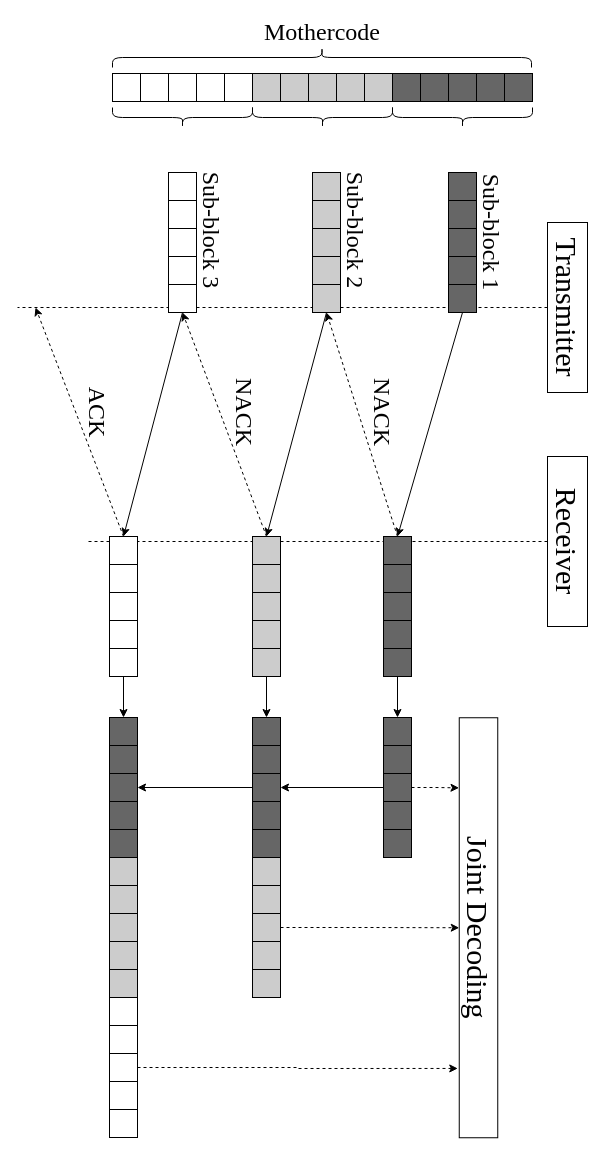
The draw.io diagram 未命名绘图.drawio in Phagesama/PDFGPPCfigure, before the edit. Source tidied: cells renumbered, new cells numbered last; positions are measured from the earlier drawing's top-left corner, leaving out a move shared by most shapes. Both pictures are drawn from the tidied source at 100%, with x=0, y=0 at pixel (35, -152).
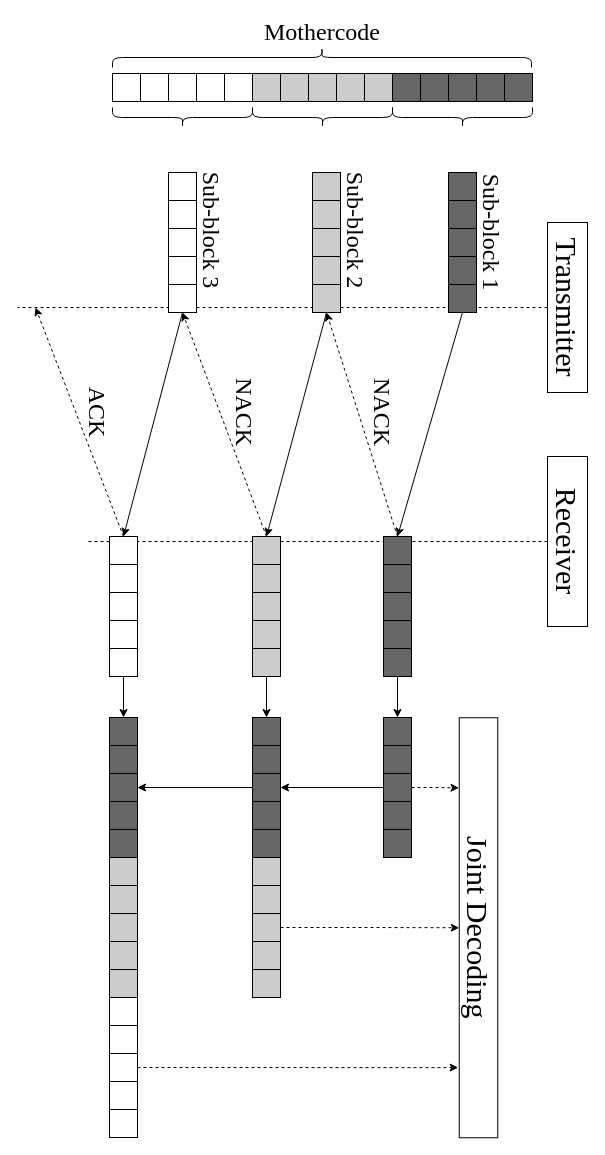
The same diagram, later.

Commit message (it also covers changes not shown here):
更新未命名绘图.drawio

The change refers to these unchanged cells:
```xml
<mxCell id="152" style="whiteSpace=wrap;html=1;fillStyle=dashed;fillColor=default;rotation=90;" parent="149" vertex="1">
  <mxGeometry x="56" width="28" height="28" as="geometry" />
</mxCell>
<mxCell id="230" value="&lt;font style=&quot;font-size: 30px;&quot; face=&quot;Times New Roman&quot;&gt;Joint Decoding&lt;/font&gt;" style="rounded=0;whiteSpace=wrap;html=1;rotation=90;" parent="1" vertex="1">
  <mxGeometry x="233" y="1060" width="420" height="38.5" as="geometry" />
</mxCell>
```

The edit, as a diff of the source:
```diff
@@
-    <mxCell id="233" style="edgeStyle=orthogonalEdgeStyle;rounded=0;jettySize=auto;html=1;exitX=0.5;exitY=0;exitDx=0;exitDy=0;entryX=0.835;entryY=1.039;entryDx=0;entryDy=0;entryPerimeter=0;dashed=1;" parent="1" edge="1" source="152" target="230">
+    <mxCell id="233" style="endArrow=classic;html=1;rounded=0;exitX=0.5;exitY=0;exitDx=0;exitDy=0;entryX=0.833;entryY=1.028;entryDx=0;entryDy=0;entryPerimeter=0;dashed=1;" parent="1" edge="1" source="152" target="230">
       <mxGeometry relative="1" as="geometry" />
     </mxCell>
```
